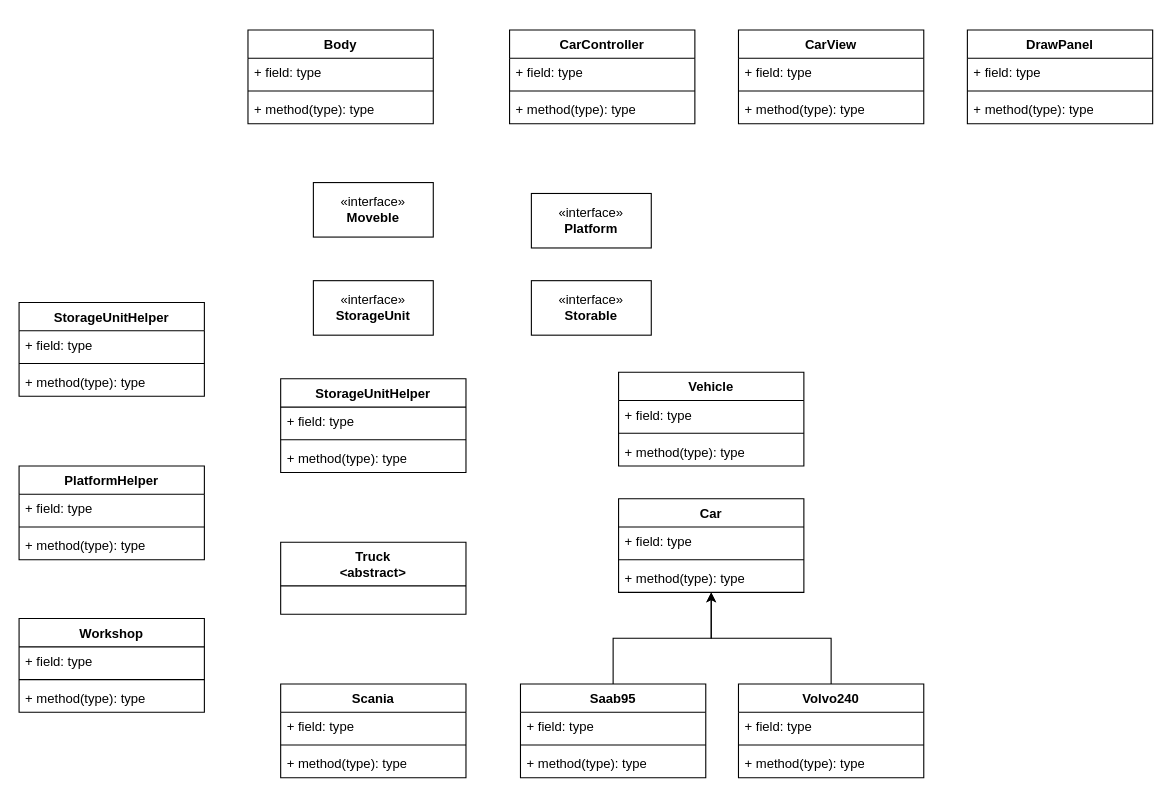
Earlier version of the draw.io diagram Labb3pre.drawio (ErikFogelstrand/lab1-riktig). Source tidied: cells renumbered, new cells numbered last; positions are measured from the earlier drawing's top-left corner, leaving out a move shared by most shapes. Both pictures are drawn from the tidied source at 109%, with x=0, y=0 at pixel (19, 29).
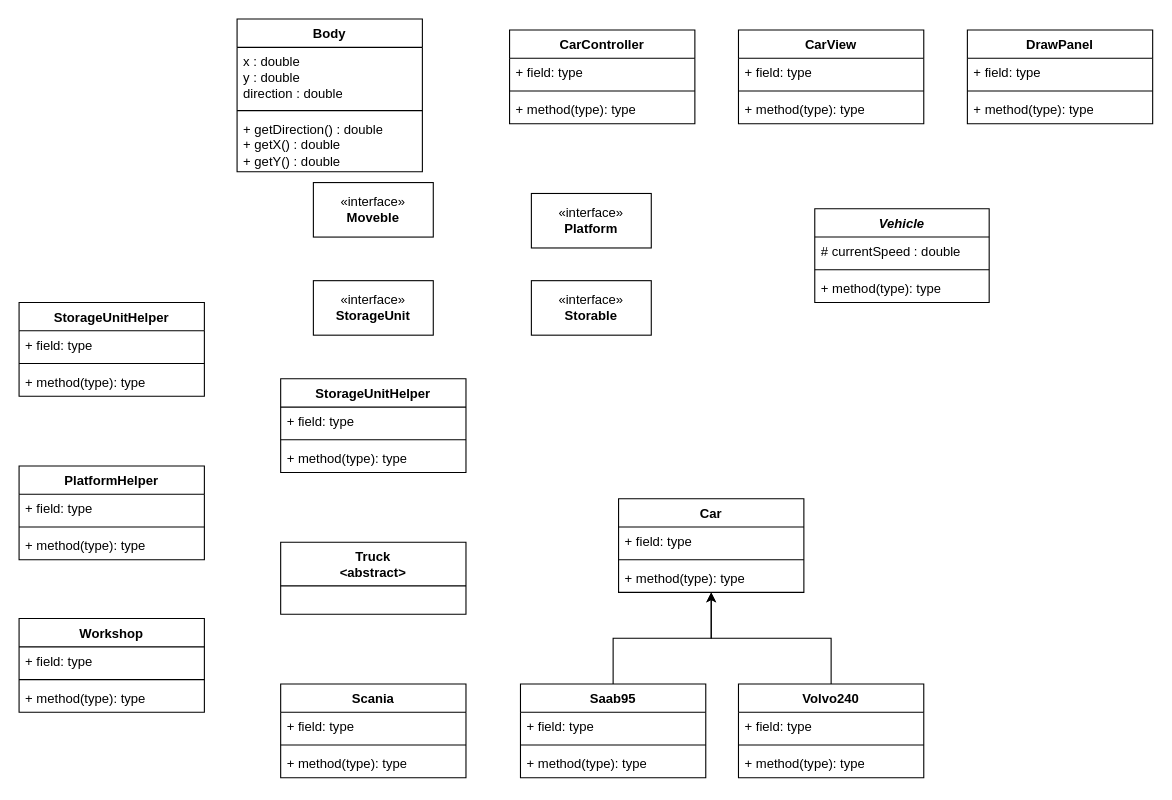
The same diagram, later.

Change to the diagram source:
```diff
@@
     <mxCell id="2" value="&lt;div&gt;Body&lt;/div&gt;" style="swimlane;fontStyle=1;align=center;verticalAlign=top;horizontal=1;startSize=26;whiteSpace=wrap;html=1;" parent="1" vertex="1">
-      <mxGeometry x="210" width="170" height="86" as="geometry" />
+      <mxGeometry x="200" y="-10" width="170" height="140" as="geometry" />
     </mxCell>
-    <mxCell id="3" value="+ field: type" style="text;strokeColor=none;fillColor=none;align=left;verticalAlign=top;spacingLeft=4;spacingRight=4;overflow=hidden;whiteSpace=wrap;html=1;" parent="2" vertex="1">
-      <mxGeometry y="26" width="170" height="26" as="geometry" />
+    <mxCell id="3" value="x : double&lt;br&gt;y : double&lt;br&gt;direction : double" style="text;strokeColor=none;fillColor=none;align=left;verticalAlign=top;spacingLeft=4;spacingRight=4;overflow=hidden;whiteSpace=wrap;html=1;" parent="2" vertex="1">
+      <mxGeometry y="26" width="170" height="54" as="geometry" />
     </mxCell>
     <mxCell id="4" style="line;strokeWidth=1;fillColor=none;align=left;verticalAlign=middle;spacingTop=-1;spacingLeft=3;spacingRight=3;labelPosition=right;strokeColor=inherit;" parent="2" vertex="1">
-      <mxGeometry y="52" width="170" height="8" as="geometry" />
+      <mxGeometry y="80" width="170" height="8" as="geometry" />
     </mxCell>
-    <mxCell id="5" value="+ method(type): type" style="text;strokeColor=none;fillColor=none;align=left;verticalAlign=top;spacingLeft=4;spacingRight=4;overflow=hidden;whiteSpace=wrap;html=1;" parent="2" vertex="1">
-      <mxGeometry y="60" width="170" height="26" as="geometry" />
+    <mxCell id="5" value="+ getDirection() : double&lt;br&gt;+ getX() : double&lt;br&gt;+ getY() : double" style="text;strokeColor=none;fillColor=none;align=left;verticalAlign=top;spacingLeft=4;spacingRight=4;overflow=hidden;whiteSpace=wrap;html=1;" parent="2" vertex="1">
+      <mxGeometry y="88" width="170" height="52" as="geometry" />
     </mxCell>
@@
+    <mxCell id="53" value="&lt;i&gt;Vehicle&lt;/i&gt;" style="swimlane;fontStyle=1;align=center;verticalAlign=top;horizontal=1;startSize=26;whiteSpace=wrap;html=1;" parent="1" vertex="1">
+      <mxGeometry x="730" y="164" width="160" height="86" as="geometry" />
+    </mxCell>
+    <mxCell id="61" value="# currentSpeed : double" style="text;strokeColor=none;fillColor=none;align=left;verticalAlign=top;spacingLeft=4;spacingRight=4;overflow=hidden;whiteSpace=wrap;html=1;" parent="53" vertex="1">
+      <mxGeometry y="26" width="160" height="26" as="geometry" />
+    </mxCell>
+    <mxCell id="62" style="line;strokeWidth=1;fillColor=none;align=left;verticalAlign=middle;spacingTop=-1;spacingLeft=3;spacingRight=3;labelPosition=right;strokeColor=inherit;" parent="53" vertex="1">
+      <mxGeometry y="52" width="160" height="8" as="geometry" />
+    </mxCell>
+    <mxCell id="56" value="+ method(type): type" style="text;strokeColor=none;fillColor=none;align=left;verticalAlign=top;spacingLeft=4;spacingRight=4;overflow=hidden;whiteSpace=wrap;html=1;" parent="53" vertex="1">
+      <mxGeometry y="60" width="160" height="26" as="geometry" />
+    </mxCell>
@@
-    <mxCell id="53" value="&lt;div&gt;Vehicle&lt;/div&gt;" style="swimlane;fontStyle=1;align=center;verticalAlign=top;horizontal=1;startSize=26;whiteSpace=wrap;html=1;" parent="1" vertex="1">
-      <mxGeometry x="550" y="314" width="170" height="86" as="geometry" />
-    </mxCell>
-    <mxCell id="54" value="+ field: type" style="text;strokeColor=none;fillColor=none;align=left;verticalAlign=top;spacingLeft=4;spacingRight=4;overflow=hidden;whiteSpace=wrap;html=1;" parent="53" vertex="1">
-      <mxGeometry y="26" width="170" height="26" as="geometry" />
-    </mxCell>
-    <mxCell id="55" style="line;strokeWidth=1;fillColor=none;align=left;verticalAlign=middle;spacingTop=-1;spacingLeft=3;spacingRight=3;labelPosition=right;strokeColor=inherit;" parent="53" vertex="1">
-      <mxGeometry y="52" width="170" height="8" as="geometry" />
-    </mxCell>
-    <mxCell id="56" value="+ method(type): type" style="text;strokeColor=none;fillColor=none;align=left;verticalAlign=top;spacingLeft=4;spacingRight=4;overflow=hidden;whiteSpace=wrap;html=1;" parent="53" vertex="1">
-      <mxGeometry y="60" width="170" height="26" as="geometry" />
-    </mxCell>
```
